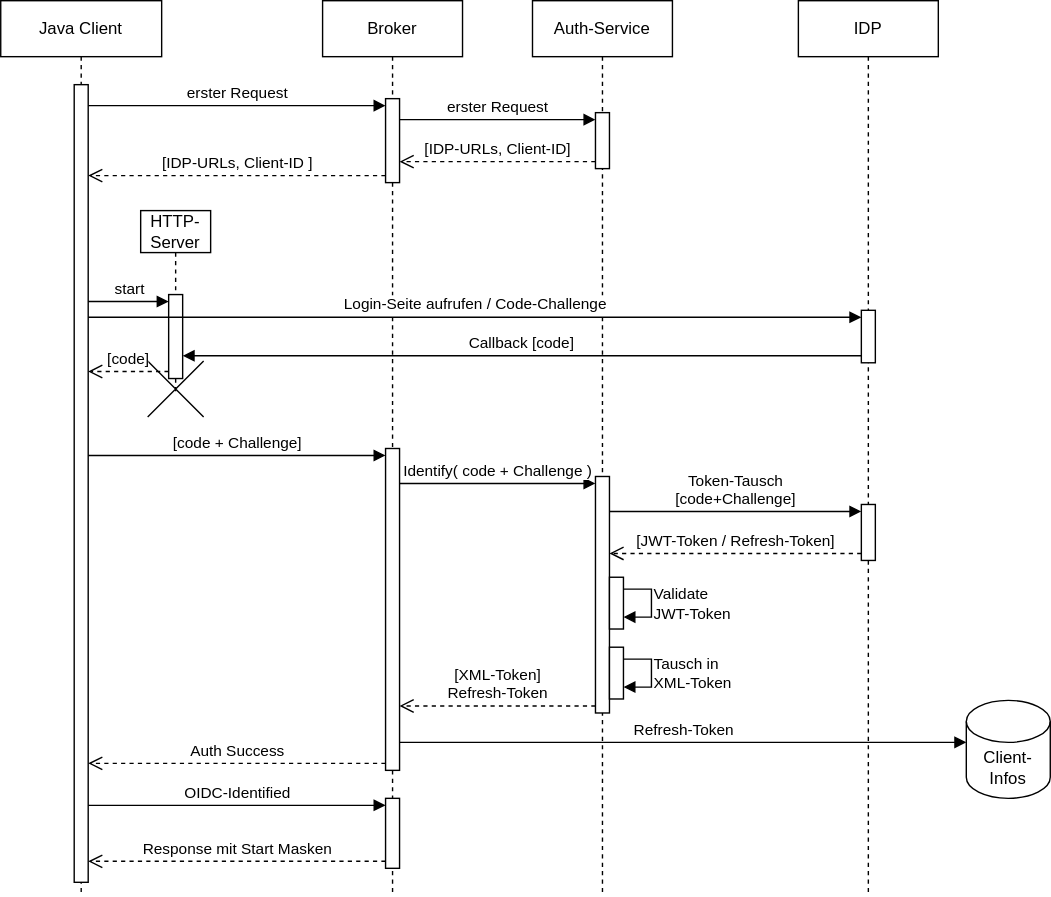
Earlier version of the draw.io export v4.5.preview/doc/authentication-service/media/oidc-login-flow.drawio.svg (FrameworkSystemsGmbH/fsdocs). Source tidied: cells renumbered, new cells last; positions are measured from the earlier drawing's top-left corner, leaving out a move shared by most shapes. Its diagram source:
```xml
<mxGraphModel background="#ffffff">
  <root>
    <mxCell id="0" />
    <mxCell id="1" parent="0" />
    <mxCell id="2" value="Java Client" style="shape=umlLifeline;perimeter=lifelinePerimeter;whiteSpace=wrap;html=1;newEdgeStyle={&quot;edgeStyle&quot;:&quot;elbowEdgeStyle&quot;,&quot;elbow&quot;:&quot;vertical&quot;,&quot;curved&quot;:0,&quot;rounded&quot;:0};" parent="1" vertex="1">
      <mxGeometry width="115" height="640" as="geometry" />
    </mxCell>
    <mxCell id="3" style="html=1;points=[[0,0,0,0,5],[0,1,0,0,-5],[1,0,0,0,5],[1,1,0,0,-5]];perimeter=orthogonalPerimeter;outlineConnect=0;targetShapes=umlLifeline;portConstraint=eastwest;newEdgeStyle={&quot;curved&quot;:0,&quot;rounded&quot;:0};" parent="2" vertex="1">
      <mxGeometry x="52.5" y="60" width="10" height="570" as="geometry" />
    </mxCell>
    <mxCell id="4" value="Broker" style="shape=umlLifeline;perimeter=lifelinePerimeter;whiteSpace=wrap;html=1;newEdgeStyle={&quot;edgeStyle&quot;:&quot;elbowEdgeStyle&quot;,&quot;elbow&quot;:&quot;vertical&quot;,&quot;curved&quot;:0,&quot;rounded&quot;:0};" parent="1" vertex="1">
      <mxGeometry x="230" width="100" height="640" as="geometry" />
    </mxCell>
    <mxCell id="5" style="html=1;points=[[0,0,0,0,5],[0,1,0,0,-5],[1,0,0,0,5],[1,1,0,0,-5]];perimeter=orthogonalPerimeter;outlineConnect=0;targetShapes=umlLifeline;portConstraint=eastwest;newEdgeStyle={&quot;curved&quot;:0,&quot;rounded&quot;:0};" parent="4" vertex="1">
      <mxGeometry x="45" y="70" width="10" height="60" as="geometry" />
    </mxCell>
    <mxCell id="6" style="html=1;points=[[0,0,0,0,5],[0,1,0,0,-5],[1,0,0,0,5],[1,1,0,0,-5]];perimeter=orthogonalPerimeter;outlineConnect=0;targetShapes=umlLifeline;portConstraint=eastwest;newEdgeStyle={&quot;curved&quot;:0,&quot;rounded&quot;:0};" parent="4" vertex="1">
      <mxGeometry x="45" y="320" width="10" height="230" as="geometry" />
    </mxCell>
    <mxCell id="7" style="html=1;points=[[0,0,0,0,5],[0,1,0,0,-5],[1,0,0,0,5],[1,1,0,0,-5]];perimeter=orthogonalPerimeter;outlineConnect=0;targetShapes=umlLifeline;portConstraint=eastwest;newEdgeStyle={&quot;curved&quot;:0,&quot;rounded&quot;:0};" parent="4" vertex="1">
      <mxGeometry x="45" y="570" width="10" height="50" as="geometry" />
    </mxCell>
    <mxCell id="8" value="erster Request" style="html=1;verticalAlign=bottom;endArrow=block;curved=0;rounded=0;entryX=0;entryY=0;entryDx=0;entryDy=5;entryPerimeter=0;" parent="1" edge="1" source="3" target="5">
      <mxGeometry relative="1" as="geometry" />
    </mxCell>
    <mxCell id="9" value="Auth-Service" style="shape=umlLifeline;perimeter=lifelinePerimeter;whiteSpace=wrap;html=1;newEdgeStyle={&quot;edgeStyle&quot;:&quot;elbowEdgeStyle&quot;,&quot;elbow&quot;:&quot;vertical&quot;,&quot;curved&quot;:0,&quot;rounded&quot;:0};" parent="1" vertex="1">
      <mxGeometry x="380" width="100" height="640" as="geometry" />
    </mxCell>
    <mxCell id="10" style="html=1;points=[[0,0,0,0,5],[0,1,0,0,-5],[1,0,0,0,5],[1,1,0,0,-5]];perimeter=orthogonalPerimeter;outlineConnect=0;targetShapes=umlLifeline;portConstraint=eastwest;newEdgeStyle={&quot;curved&quot;:0,&quot;rounded&quot;:0};" parent="9" vertex="1">
      <mxGeometry x="45" y="80" width="10" height="40" as="geometry" />
    </mxCell>
    <mxCell id="11" style="html=1;points=[[0,0,0,0,5],[0,1,0,0,-5],[1,0,0,0,5],[1,1,0,0,-5]];perimeter=orthogonalPerimeter;outlineConnect=0;targetShapes=umlLifeline;portConstraint=eastwest;newEdgeStyle={&quot;curved&quot;:0,&quot;rounded&quot;:0};" parent="9" vertex="1">
      <mxGeometry x="45" y="340" width="10" height="169" as="geometry" />
    </mxCell>
    <mxCell id="12" style="html=1;points=[[0,0,0,0,5],[0,1,0,0,-5],[1,0,0,0,5],[1,1,0,0,-5]];perimeter=orthogonalPerimeter;outlineConnect=0;targetShapes=umlLifeline;portConstraint=eastwest;newEdgeStyle={&quot;curved&quot;:0,&quot;rounded&quot;:0};" parent="9" vertex="1">
      <mxGeometry x="55" y="412" width="10" height="37" as="geometry" />
    </mxCell>
    <mxCell id="13" value="Validate&lt;br&gt;JWT-Token" style="html=1;verticalAlign=middle;endArrow=block;curved=0;rounded=0;labelPosition=right;verticalLabelPosition=middle;align=left;" parent="9" edge="1" source="12" target="12">
      <mxGeometry relative="1" as="geometry" />
    </mxCell>
    <mxCell id="14" style="html=1;points=[[0,0,0,0,5],[0,1,0,0,-5],[1,0,0,0,5],[1,1,0,0,-5]];perimeter=orthogonalPerimeter;outlineConnect=0;targetShapes=umlLifeline;portConstraint=eastwest;newEdgeStyle={&quot;curved&quot;:0,&quot;rounded&quot;:0};" parent="9" vertex="1">
      <mxGeometry x="55" y="462" width="10" height="37" as="geometry" />
    </mxCell>
    <mxCell id="15" value="Tausch in&lt;br&gt;XML-Token" style="html=1;verticalAlign=middle;endArrow=block;curved=0;rounded=0;labelPosition=right;verticalLabelPosition=middle;align=left;" parent="9" edge="1" source="14" target="14">
      <mxGeometry relative="1" as="geometry" />
    </mxCell>
    <mxCell id="16" value="erster Request" style="html=1;verticalAlign=bottom;endArrow=block;curved=0;rounded=0;entryX=0;entryY=0;entryDx=0;entryDy=5;entryPerimeter=0;" parent="1" edge="1" source="5" target="10">
      <mxGeometry relative="1" as="geometry" />
    </mxCell>
    <mxCell id="17" value="[IDP-URLs, Client-ID]" style="html=1;verticalAlign=bottom;endArrow=open;dashed=1;endSize=8;curved=0;rounded=0;exitX=0;exitY=1;exitDx=0;exitDy=-5;exitPerimeter=0;" parent="1" edge="1" source="10" target="5">
      <mxGeometry relative="1" as="geometry" />
    </mxCell>
    <mxCell id="18" value="&lt;span style=&quot;color: rgb(0, 0, 0);&quot;&gt;[IDP-URLs, Client-ID&lt;/span&gt;&lt;span style=&quot;color: rgb(0, 0, 0);&quot;&gt;]&lt;/span&gt;" style="html=1;verticalAlign=bottom;endArrow=open;dashed=1;endSize=8;curved=0;rounded=0;exitX=0;exitY=1;exitDx=0;exitDy=-5;exitPerimeter=0;" parent="1" edge="1" source="5" target="3">
      <mxGeometry relative="1" as="geometry" />
    </mxCell>
    <mxCell id="19" value="HTTP-Server" style="shape=umlLifeline;perimeter=lifelinePerimeter;whiteSpace=wrap;html=1;newEdgeStyle={&quot;edgeStyle&quot;:&quot;elbowEdgeStyle&quot;,&quot;elbow&quot;:&quot;vertical&quot;,&quot;curved&quot;:0,&quot;rounded&quot;:0};size=30;" parent="1" vertex="1">
      <mxGeometry x="100" y="150" width="50" height="130" as="geometry" />
    </mxCell>
    <mxCell id="20" style="html=1;points=[[0,0,0,0,5],[0,1,0,0,-5],[1,0,0,0,5],[1,1,0,0,-5]];perimeter=orthogonalPerimeter;outlineConnect=0;targetShapes=umlLifeline;portConstraint=eastwest;newEdgeStyle={&quot;curved&quot;:0,&quot;rounded&quot;:0};" parent="19" vertex="1">
      <mxGeometry x="20" y="60" width="10" height="60" as="geometry" />
    </mxCell>
    <mxCell id="21" style="shape=umlDestroy;dashed=0;targetShapes=umlLifeline;" parent="19" vertex="1">
      <mxGeometry x="5" y="107.5" width="40" height="40" as="geometry" />
    </mxCell>
    <mxCell id="22" value="IDP" style="shape=umlLifeline;perimeter=lifelinePerimeter;whiteSpace=wrap;html=1;newEdgeStyle={&quot;edgeStyle&quot;:&quot;elbowEdgeStyle&quot;,&quot;elbow&quot;:&quot;vertical&quot;,&quot;curved&quot;:0,&quot;rounded&quot;:0};" parent="1" vertex="1">
      <mxGeometry x="570" width="100" height="640" as="geometry" />
    </mxCell>
    <mxCell id="23" style="html=1;points=[[0,0,0,0,5],[0,1,0,0,-5],[1,0,0,0,5],[1,1,0,0,-5]];perimeter=orthogonalPerimeter;outlineConnect=0;targetShapes=umlLifeline;portConstraint=eastwest;newEdgeStyle={&quot;curved&quot;:0,&quot;rounded&quot;:0};" parent="22" vertex="1">
      <mxGeometry x="45" y="221.2" width="10" height="37.5" as="geometry" />
    </mxCell>
    <mxCell id="24" style="html=1;points=[[0,0,0,0,5],[0,1,0,0,-5],[1,0,0,0,5],[1,1,0,0,-5]];perimeter=orthogonalPerimeter;outlineConnect=0;targetShapes=umlLifeline;portConstraint=eastwest;newEdgeStyle={&quot;curved&quot;:0,&quot;rounded&quot;:0};" parent="22" vertex="1">
      <mxGeometry x="45" y="360" width="10" height="40" as="geometry" />
    </mxCell>
    <mxCell id="25" value="Login-Seite aufrufen / Code-Challenge" style="html=1;verticalAlign=bottom;endArrow=block;curved=0;rounded=0;entryX=0;entryY=0;entryDx=0;entryDy=5;entryPerimeter=0;" parent="1" edge="1" source="3" target="23">
      <mxGeometry relative="1" as="geometry" />
    </mxCell>
    <mxCell id="26" value="Callback [code]" style="html=1;verticalAlign=bottom;endArrow=block;curved=0;rounded=0;exitX=0;exitY=1;exitDx=0;exitDy=-5;exitPerimeter=0;" parent="1" edge="1" source="23" target="20">
      <mxGeometry relative="1" as="geometry" />
    </mxCell>
    <mxCell id="27" value="[code]" style="edgeStyle=none;html=1;curved=0;rounded=0;exitX=0;exitY=1;exitDx=0;exitDy=-5;exitPerimeter=0;verticalAlign=bottom;endArrow=open;dashed=1;endSize=8;" parent="1" edge="1" source="20" target="3">
      <mxGeometry relative="1" as="geometry" />
    </mxCell>
    <mxCell id="28" value="Token-Tausch&lt;br&gt;[code+Challenge]" style="html=1;verticalAlign=bottom;endArrow=block;curved=0;rounded=0;entryX=0;entryY=0;entryDx=0;entryDy=5;entryPerimeter=0;" parent="1" edge="1" source="11" target="24">
      <mxGeometry relative="1" as="geometry" />
    </mxCell>
    <mxCell id="29" value="[JWT-Token / Refresh-Token]" style="html=1;verticalAlign=bottom;endArrow=open;dashed=1;endSize=8;curved=0;rounded=0;exitX=0;exitY=1;exitDx=0;exitDy=-5;exitPerimeter=0;" parent="1" edge="1" source="24" target="11">
      <mxGeometry relative="1" as="geometry" />
    </mxCell>
    <mxCell id="30" value="[code + Challenge]" style="html=1;verticalAlign=bottom;endArrow=block;curved=0;rounded=0;entryX=0;entryY=0;entryDx=0;entryDy=5;entryPerimeter=0;" parent="1" edge="1" source="3" target="6">
      <mxGeometry relative="1" as="geometry" />
    </mxCell>
    <mxCell id="31" value="Identify(&lt;span style=&quot;color: rgb(0, 0, 0);&quot;&gt;code + Challenge&lt;/span&gt;)" style="html=1;verticalAlign=bottom;endArrow=block;curved=0;rounded=0;entryX=0;entryY=0;entryDx=0;entryDy=5;entryPerimeter=0;" parent="1" edge="1" source="6" target="11">
      <mxGeometry relative="1" as="geometry" />
    </mxCell>
    <mxCell id="32" value="[XML-Token]&lt;br&gt;Refresh-Token" style="html=1;verticalAlign=bottom;endArrow=open;dashed=1;endSize=8;curved=0;rounded=0;exitX=0;exitY=1;exitDx=0;exitDy=-5;exitPerimeter=0;" parent="1" edge="1" source="11" target="6">
      <mxGeometry relative="1" as="geometry" />
    </mxCell>
    <mxCell id="33" value="start" style="html=1;verticalAlign=bottom;endArrow=block;curved=0;rounded=0;entryX=0;entryY=0;entryDx=0;entryDy=5;entryPerimeter=0;" parent="1" edge="1" source="3" target="20">
      <mxGeometry relative="1" as="geometry" />
    </mxCell>
    <mxCell id="34" value="Response mit Start Masken" style="html=1;verticalAlign=bottom;endArrow=open;dashed=1;endSize=8;curved=0;rounded=0;exitX=0;exitY=1;exitDx=0;exitDy=-5;exitPerimeter=0;" parent="1" edge="1" source="7" target="3">
      <mxGeometry relative="1" as="geometry" />
    </mxCell>
    <mxCell id="35" value="Client-Infos" style="shape=cylinder3;whiteSpace=wrap;html=1;boundedLbl=1;backgroundOutline=1;size=15;" parent="1" vertex="1">
      <mxGeometry x="690" y="500" width="60" height="70" as="geometry" />
    </mxCell>
    <mxCell id="36" value="Refresh-Token" style="html=1;verticalAlign=bottom;endArrow=block;curved=0;rounded=0;entryX=0;entryY=0;entryDx=0;entryDy=30;entryPerimeter=0;" parent="1" edge="1" source="6" target="35">
      <mxGeometry relative="1" as="geometry" />
    </mxCell>
    <mxCell id="37" value="Auth Success" style="html=1;verticalAlign=bottom;endArrow=open;dashed=1;endSize=8;curved=0;rounded=0;exitX=0;exitY=1;exitDx=0;exitDy=-5;exitPerimeter=0;" parent="1" edge="1" source="6" target="3">
      <mxGeometry relative="1" as="geometry" />
    </mxCell>
    <mxCell id="38" value="OIDC-Identified" style="html=1;verticalAlign=bottom;endArrow=block;curved=0;rounded=0;entryX=0;entryY=0;entryDx=0;entryDy=5;entryPerimeter=0;" parent="1" edge="1" source="3" target="7">
      <mxGeometry relative="1" as="geometry" />
    </mxCell>
  </root>
</mxGraphModel>
```
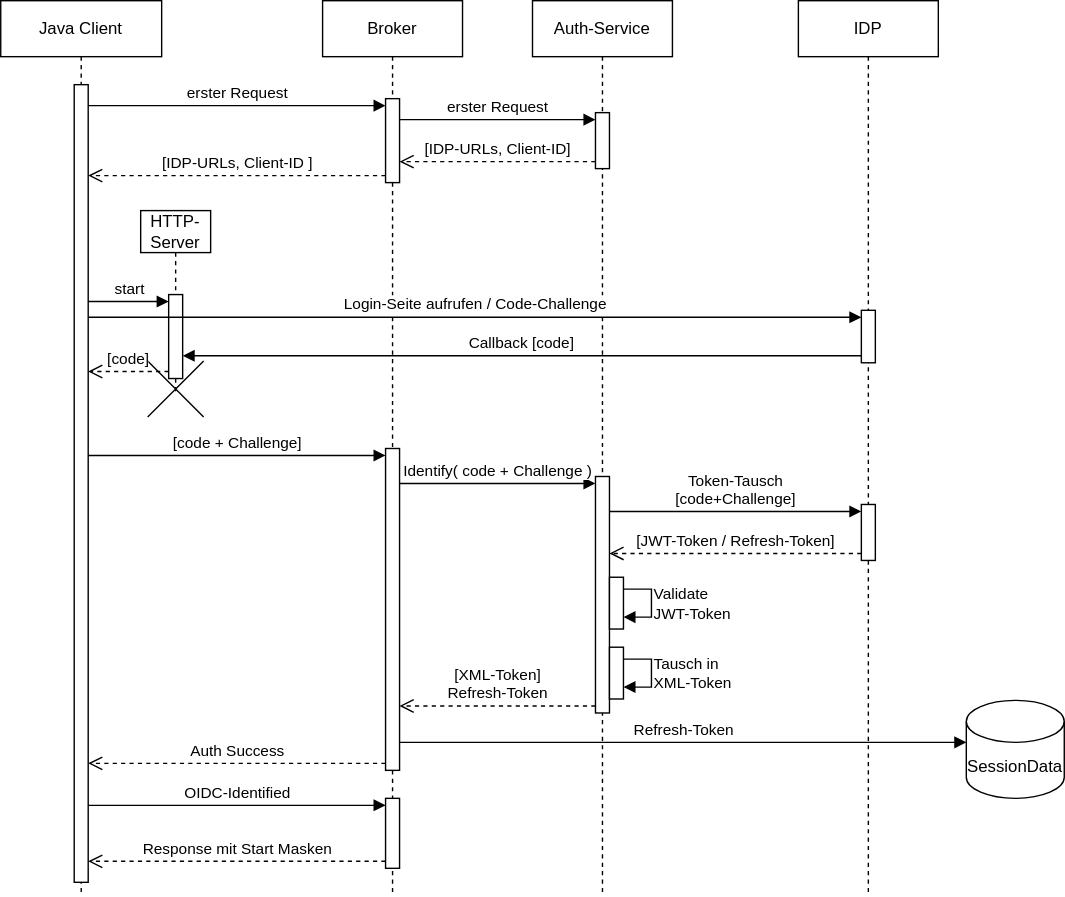
After the change.

What changed in the source:
```diff
@@ -101,8 +101,8 @@
     <mxCell id="34" value="Response mit Start Masken" style="html=1;verticalAlign=bottom;endArrow=open;dashed=1;endSize=8;curved=0;rounded=0;exitX=0;exitY=1;exitDx=0;exitDy=-5;exitPerimeter=0;" parent="1" edge="1" source="7" target="3">
       <mxGeometry relative="1" as="geometry" />
     </mxCell>
-    <mxCell id="35" value="Client-Infos" style="shape=cylinder3;whiteSpace=wrap;html=1;boundedLbl=1;backgroundOutline=1;size=15;" parent="1" vertex="1">
-      <mxGeometry x="690" y="500" width="60" height="70" as="geometry" />
+    <mxCell id="35" value="&lt;span style=&quot;color: rgb(0, 0, 0);&quot;&gt;SessionData&lt;/span&gt;" style="shape=cylinder3;whiteSpace=wrap;html=1;boundedLbl=1;backgroundOutline=1;size=15;" parent="1" vertex="1">
+      <mxGeometry x="690" y="500" width="70" height="70" as="geometry" />
     </mxCell>
     <mxCell id="36" value="Refresh-Token" style="html=1;verticalAlign=bottom;endArrow=block;curved=0;rounded=0;entryX=0;entryY=0;entryDx=0;entryDy=30;entryPerimeter=0;" parent="1" edge="1" source="6" target="35">
       <mxGeometry relative="1" as="geometry" />
```
